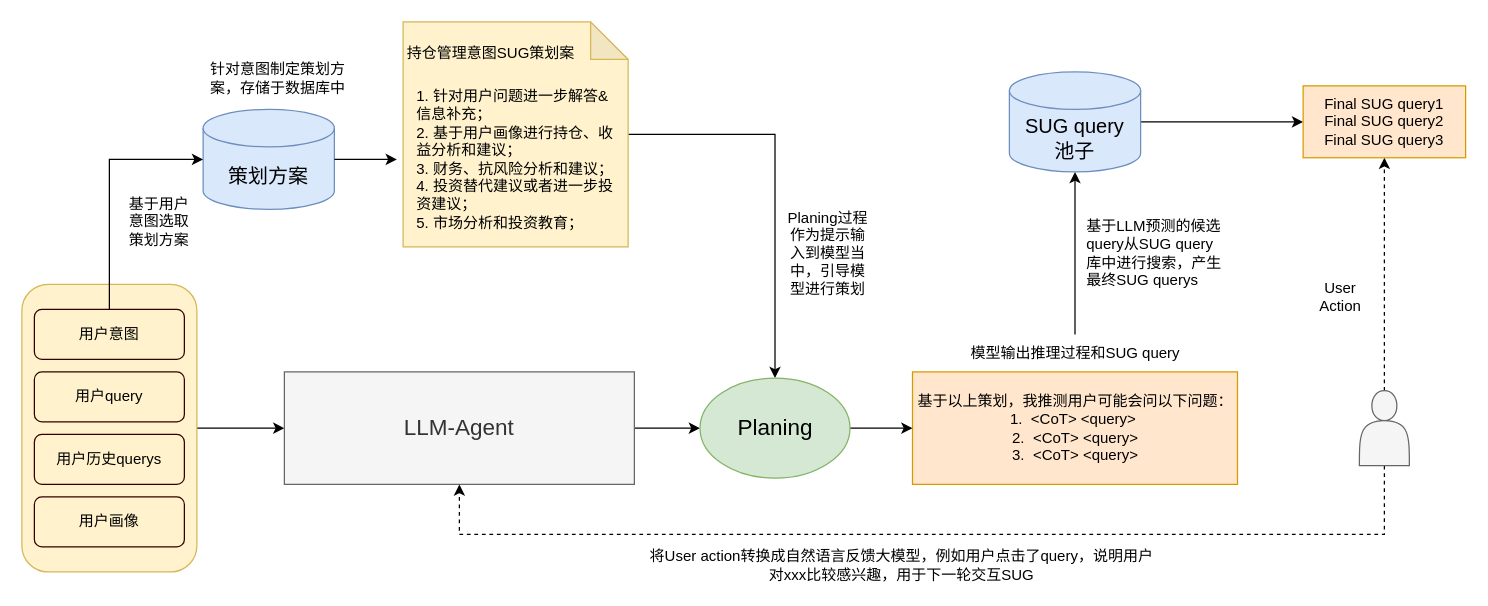
The draw.io diagram SUG-Agent.drawio in ZhangHammer/ZhangHammer, before the edit. Source tidied: cells renumbered, new cells numbered last; positions are measured from the earlier drawing's top-left corner, leaving out a move shared by most shapes. Both pictures are drawn from the tidied source at 125%, with x=0, y=0 at pixel (21, 21).
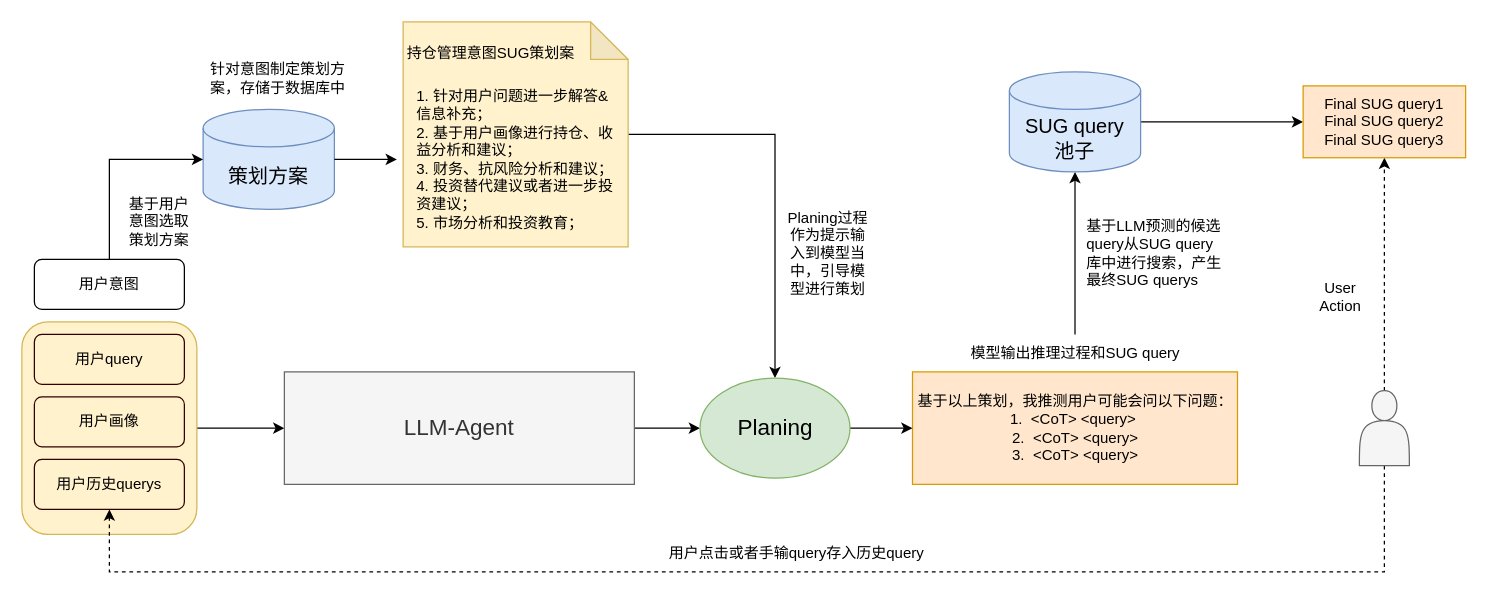
The same diagram, later.

Unchanged cells that the change refers to:
```xml
<mxCell id="5" value="&lt;font style=&quot;font-size: 18px;&quot;&gt;LLM-Agent&lt;/font&gt;" style="rounded=0;whiteSpace=wrap;html=1;fillColor=#f5f5f5;fontColor=#333333;strokeColor=#666666;" parent="1" vertex="1">
  <mxGeometry x="210" y="280" width="280" height="90" as="geometry" />
</mxCell>
<mxCell id="27" style="shape=actor;whiteSpace=wrap;html=1;fillColor=#f5f5f5;strokeColor=#666666;fontColor=#333333;" parent="1" vertex="1">
  <mxGeometry x="1070" y="295" width="40" height="60" as="geometry" />
</mxCell>
```

What changed in the source:
```diff
@@
     <mxCell id="3" style="rounded=1;whiteSpace=wrap;html=1;fillColor=#fff2cc;strokeColor=#d6b656;" parent="1" vertex="1">
-      <mxGeometry y="210" width="140" height="230" as="geometry" />
+      <mxGeometry y="240" width="140" height="170" as="geometry" />
     </mxCell>
@@
     <mxCell id="6" value="用户历史querys" style="rounded=1;whiteSpace=wrap;html=1;fillColor=#fff2cc;strokeColor=#330000;" parent="1" vertex="1">
-      <mxGeometry x="10" y="330" width="120" height="40" as="geometry" />
+      <mxGeometry x="10" y="350" width="120" height="40" as="geometry" />
     </mxCell>
     <mxCell id="7" value="用户画像" style="rounded=1;whiteSpace=wrap;html=1;fillColor=#fff2cc;strokeColor=#330000;" parent="1" vertex="1">
-      <mxGeometry x="10" y="380" width="120" height="40" as="geometry" />
+      <mxGeometry x="10" y="300" width="120" height="40" as="geometry" />
     </mxCell>
     <mxCell id="8" value="用户query" style="rounded=1;whiteSpace=wrap;html=1;fillColor=#fff2cc;strokeColor=#330000;" parent="1" vertex="1">
-      <mxGeometry x="10" y="280" width="120" height="40" as="geometry" />
+      <mxGeometry x="10" y="250" width="120" height="40" as="geometry" />
     </mxCell>
-    <mxCell id="9" value="用户意图" style="rounded=1;whiteSpace=wrap;html=1;fillColor=#fff2cc;strokeColor=#330000;" parent="1" vertex="1">
-      <mxGeometry x="10" y="230" width="120" height="40" as="geometry" />
+    <mxCell id="9" value="用户意图" style="rounded=1;whiteSpace=wrap;html=1;" parent="1" vertex="1">
+      <mxGeometry x="10" y="190" width="120" height="40" as="geometry" />
     </mxCell>
@@
-    <mxCell id="25" style="edgeStyle=orthogonalEdgeStyle;rounded=0;jettySize=auto;html=1;entryX=0.5;entryY=1;entryDx=0;entryDy=0;dashed=1;" parent="1" edge="1" source="27" target="5">
-      <mxGeometry relative="1" as="geometry">
-        <Array as="points">
-          <mxPoint x="1090" y="410" />
-          <mxPoint x="350" y="410" />
-        </Array>
-      </mxGeometry>
-    </mxCell>
@@
+    <mxCell id="34" style="edgeStyle=orthogonalEdgeStyle;rounded=0;jettySize=auto;html=1;exitX=0.5;exitY=1;exitDx=0;exitDy=0;entryX=0.5;entryY=1;entryDx=0;entryDy=0;dashed=1;" parent="1" edge="1" source="27" target="6">
+      <mxGeometry relative="1" as="geometry">
+        <Array as="points">
+          <mxPoint x="1090" y="440" />
+          <mxPoint x="70" y="440" />
+        </Array>
+      </mxGeometry>
+    </mxCell>
@@
-    <mxCell id="29" value="将User action转换成自然语言反馈大模型，例如用户点击了query，说明用户对xxx比较感兴趣，用于下一轮交互SUG" style="text;html=1;strokeColor=none;fillColor=none;align=center;verticalAlign=middle;whiteSpace=wrap;rounded=0;" parent="1" vertex="1">
-      <mxGeometry x="500" y="420" width="407.5" height="30" as="geometry" />
-    </mxCell>
@@
+    <mxCell id="35" value="用户点击或者手输query存入历史query" style="text;html=1;strokeColor=none;fillColor=none;align=center;verticalAlign=middle;whiteSpace=wrap;rounded=0;" parent="1" vertex="1">
+      <mxGeometry x="500" y="410" width="240" height="30" as="geometry" />
+    </mxCell>
```
